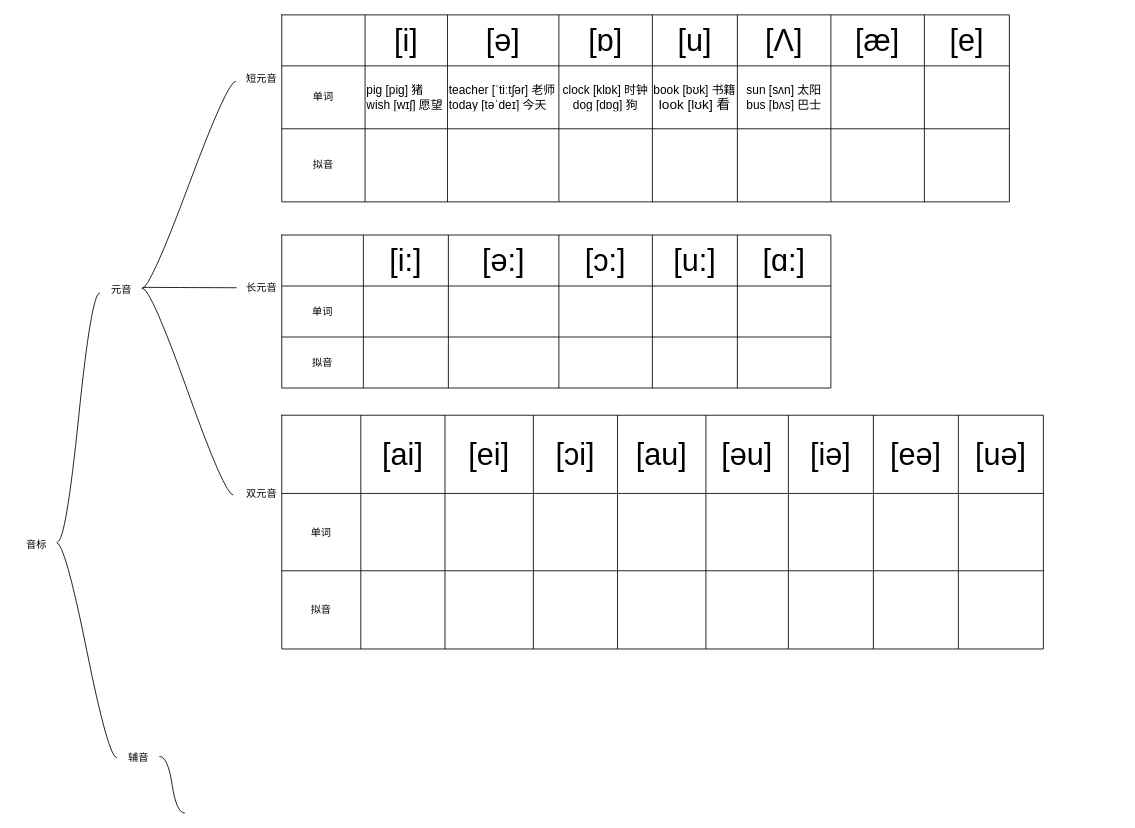
This is page "第 2 页" (2 of 2) of 未命名表单.drawio from gituserc123/HelloWorld, a draw.io file, before an edit. Source tidied: cells renumbered, new cells numbered last; positions are measured from the earlier drawing's top-left corner, leaving out a move shared by most shapes. Both pictures are drawn from the tidied source at 85%, with x=0, y=0 at pixel (14, 14).
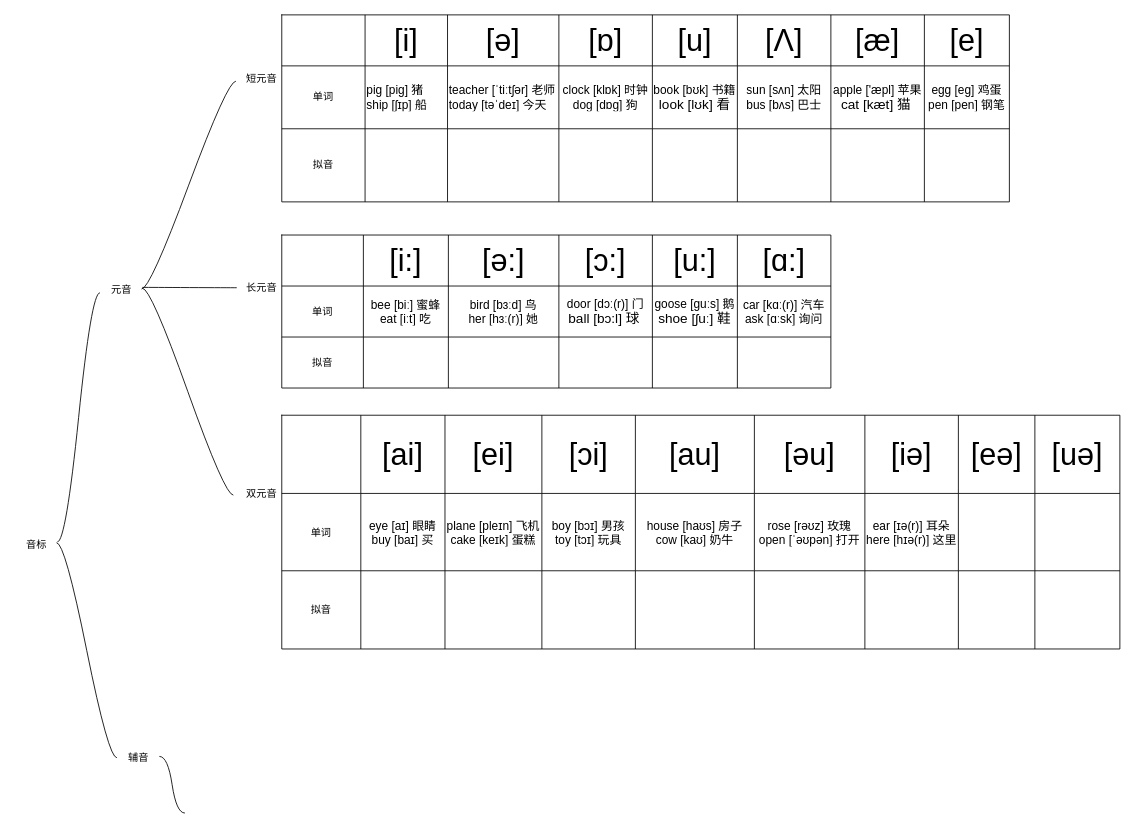
Above is the later version.

Commit message (it also covers changes not shown here):
更新未命名表单.drawio

The change refers to these unchanged cells:
```xml
<mxCell id="15" style="shape=tableRow;horizontal=0;startSize=0;swimlaneHead=0;swimlaneBody=0;strokeColor=inherit;top=0;left=0;bottom=0;right=0;fillColor=none;" parent="14" vertex="1">
  <mxGeometry width="856" height="60" as="geometry" />
</mxCell>
<mxCell id="24" style="shape=tableRow;horizontal=0;startSize=0;swimlaneHead=0;swimlaneBody=0;strokeColor=inherit;top=0;left=0;bottom=0;right=0;fillColor=none;" parent="14" vertex="1">
  <mxGeometry y="60" width="856" height="74" as="geometry" />
</mxCell>
<mxCell id="50" style="shape=tableRow;horizontal=0;startSize=0;swimlaneHead=0;swimlaneBody=0;strokeColor=inherit;top=0;left=0;bottom=0;right=0;fillColor=none;" parent="42" vertex="1">
  <mxGeometry y="60" width="646" height="60" as="geometry" />
</mxCell>
```

The edit, as a diff of the source:
```diff
@@
-    <mxCell id="17" value="&lt;font style=&quot;font-size: 36px;&quot;&gt;[i]&lt;/font&gt;" style="shape=partialRectangle;html=1;whiteSpace=wrap;strokeColor=inherit;overflow=hidden;fillColor=none;top=0;left=0;bottom=0;right=0;" parent="15" vertex="1">
+    <mxCell id="17" value="&lt;font style=&quot;font-size: 36px;&quot;&gt;[i]&lt;/font&gt;" style="shape=partialRectangle;html=1;whiteSpace=wrap;strokeColor=#FF9999;overflow=hidden;fillColor=none;top=0;left=0;bottom=0;right=0;" parent="15" vertex="1">
       <mxGeometry x="98" width="97" height="60" as="geometry" />
     </mxCell>
@@
-    <mxCell id="26" value="&lt;font style=&quot;font-size: 14px;&quot;&gt;pig [piɡ] 猪&lt;br&gt;wish [wɪʃ] 愿望&lt;/font&gt;" style="shape=partialRectangle;html=1;whiteSpace=wrap;strokeColor=inherit;overflow=hidden;fillColor=none;top=0;left=0;bottom=0;right=0;align=left;" parent="24" vertex="1">
+    <mxCell id="26" value="&lt;font style=&quot;font-size: 14px;&quot;&gt;pig [piɡ] 猪&lt;br&gt;ship [ʃɪp] 船&lt;/font&gt;" style="shape=partialRectangle;html=1;whiteSpace=wrap;strokeColor=inherit;overflow=hidden;fillColor=none;top=0;left=0;bottom=0;right=0;align=left;" parent="24" vertex="1">
       <mxGeometry x="98" width="97" height="74" as="geometry" />
     </mxCell>
@@
-    <mxCell id="31" style="shape=partialRectangle;html=1;whiteSpace=wrap;strokeColor=inherit;overflow=hidden;fillColor=none;top=0;left=0;bottom=0;right=0;" parent="24" vertex="1">
+    <mxCell id="31" value="&lt;div&gt;&lt;font style=&quot;font-size: 14px;&quot;&gt;apple ['æpl] 苹果&lt;/font&gt;&lt;/div&gt;&lt;div&gt;&lt;font size=&quot;3&quot;&gt;cat [kæt] 猫&lt;/font&gt;&amp;nbsp;&lt;/div&gt;" style="shape=partialRectangle;html=1;whiteSpace=wrap;strokeColor=inherit;overflow=hidden;fillColor=none;top=0;left=0;bottom=0;right=0;" parent="24" vertex="1">
       <mxGeometry x="646" width="110" height="74" as="geometry" />
     </mxCell>
-    <mxCell id="32" style="shape=partialRectangle;html=1;whiteSpace=wrap;strokeColor=inherit;overflow=hidden;fillColor=none;top=0;left=0;bottom=0;right=0;" parent="24" vertex="1">
+    <mxCell id="32" value="&lt;div&gt;&lt;font style=&quot;font-size: 14px;&quot;&gt;egg [eg] 鸡蛋&lt;/font&gt;&lt;/div&gt;&lt;div&gt;&lt;font style=&quot;font-size: 14px;&quot;&gt;pen [pen] 钢笔&lt;/font&gt;&lt;/div&gt;" style="shape=partialRectangle;html=1;whiteSpace=wrap;strokeColor=inherit;overflow=hidden;fillColor=none;top=0;left=0;bottom=0;right=0;" parent="24" vertex="1">
       <mxGeometry x="756" width="100" height="74" as="geometry" />
     </mxCell>
@@
-    <mxCell id="52" style="shape=partialRectangle;html=1;whiteSpace=wrap;strokeColor=inherit;overflow=hidden;fillColor=none;top=0;left=0;bottom=0;right=0;" parent="50" vertex="1">
+    <mxCell id="52" value="&lt;div&gt;&lt;font style=&quot;font-size: 14px;&quot;&gt;bee [biː] 蜜蜂&lt;/font&gt;&lt;/div&gt;&lt;div&gt;&lt;font style=&quot;font-size: 14px;&quot;&gt;eat [iːt] 吃&lt;/font&gt;&lt;/div&gt;" style="shape=partialRectangle;html=1;whiteSpace=wrap;strokeColor=inherit;overflow=hidden;fillColor=none;top=0;left=0;bottom=0;right=0;" parent="50" vertex="1">
       <mxGeometry x="96" width="100" height="60" as="geometry" />
     </mxCell>
-    <mxCell id="53" style="shape=partialRectangle;html=1;whiteSpace=wrap;strokeColor=inherit;overflow=hidden;fillColor=none;top=0;left=0;bottom=0;right=0;" parent="50" vertex="1">
+    <mxCell id="53" value="&lt;div&gt;&lt;font style=&quot;font-size: 14px;&quot;&gt;bird [bɜːd] 鸟&lt;/font&gt;&lt;/div&gt;&lt;div&gt;&lt;font style=&quot;font-size: 14px;&quot;&gt;her [hɜː(r)] 她&lt;/font&gt;&lt;/div&gt;" style="shape=partialRectangle;html=1;whiteSpace=wrap;strokeColor=inherit;overflow=hidden;fillColor=none;top=0;left=0;bottom=0;right=0;" parent="50" vertex="1">
       <mxGeometry x="196" width="130" height="60" as="geometry" />
     </mxCell>
-    <mxCell id="54" style="shape=partialRectangle;html=1;whiteSpace=wrap;strokeColor=inherit;overflow=hidden;fillColor=none;top=0;left=0;bottom=0;right=0;" parent="50" vertex="1">
+    <mxCell id="54" value="&lt;div&gt;&lt;font style=&quot;font-size: 14px;&quot;&gt;door [dɔː(r)] 门&lt;/font&gt;&lt;/div&gt;&lt;div&gt;&lt;font size=&quot;3&quot;&gt;ball [bɔ:l] 球&lt;/font&gt;&amp;nbsp;&lt;/div&gt;" style="shape=partialRectangle;html=1;whiteSpace=wrap;strokeColor=inherit;overflow=hidden;fillColor=none;top=0;left=0;bottom=0;right=0;" parent="50" vertex="1">
       <mxGeometry x="326" width="110" height="60" as="geometry" />
     </mxCell>
-    <mxCell id="55" style="shape=partialRectangle;html=1;whiteSpace=wrap;strokeColor=inherit;overflow=hidden;fillColor=none;top=0;left=0;bottom=0;right=0;" parent="50" vertex="1">
+    <mxCell id="55" value="&lt;div&gt;&lt;font style=&quot;font-size: 14px;&quot;&gt;goose [ɡuːs] 鹅&lt;/font&gt;&lt;/div&gt;&lt;div&gt;&lt;font size=&quot;3&quot;&gt;shoe [ʃuː] 鞋&lt;/font&gt;&lt;/div&gt;" style="shape=partialRectangle;html=1;whiteSpace=wrap;strokeColor=inherit;overflow=hidden;fillColor=none;top=0;left=0;bottom=0;right=0;" parent="50" vertex="1">
       <mxGeometry x="436" width="100" height="60" as="geometry" />
     </mxCell>
-    <mxCell id="56" style="shape=partialRectangle;html=1;whiteSpace=wrap;strokeColor=inherit;overflow=hidden;fillColor=none;top=0;left=0;bottom=0;right=0;" parent="50" vertex="1">
+    <mxCell id="56" value="&lt;div&gt;&lt;font style=&quot;font-size: 14px;&quot;&gt;car [kɑː(r)] 汽车&lt;/font&gt;&lt;/div&gt;&lt;div&gt;&lt;font style=&quot;font-size: 14px;&quot;&gt;ask [ɑːsk] 询问&lt;/font&gt;&lt;/div&gt;" style="shape=partialRectangle;html=1;whiteSpace=wrap;strokeColor=inherit;overflow=hidden;fillColor=none;top=0;left=0;bottom=0;right=0;" parent="50" vertex="1">
       <mxGeometry x="536" width="110" height="60" as="geometry" />
     </mxCell>
@@
     <mxCell id="64" style="shape=table;startSize=0;childLayout=tableLayout;" parent="1" vertex="1">
-      <mxGeometry x="314" y="471" width="896" height="275" as="geometry" />
+      <mxGeometry x="314" y="471" width="986" height="275" as="geometry" />
     </mxCell>
     <mxCell id="65" style="shape=tableRow;horizontal=0;startSize=0;swimlaneHead=0;swimlaneBody=0;strokeColor=inherit;top=0;left=0;bottom=0;right=0;fillColor=none;" parent="64" vertex="1">
-      <mxGeometry width="896" height="92" as="geometry" />
+      <mxGeometry width="986" height="92" as="geometry" />
     </mxCell>
@@
     <mxCell id="68" value="&lt;font style=&quot;font-size: 36px;&quot;&gt;[ei]&lt;/font&gt;" style="shape=partialRectangle;html=1;whiteSpace=wrap;strokeColor=inherit;overflow=hidden;fillColor=none;top=0;left=0;bottom=0;right=0;" parent="65" vertex="1">
-      <mxGeometry x="192" width="104" height="92" as="geometry" />
+      <mxGeometry x="192" width="114" height="92" as="geometry" />
     </mxCell>
     <mxCell id="69" value="&lt;font style=&quot;font-size: 36px;&quot;&gt;[ɔi]&lt;/font&gt;" style="shape=partialRectangle;html=1;whiteSpace=wrap;strokeColor=inherit;overflow=hidden;fillColor=none;top=0;left=0;bottom=0;right=0;" parent="65" vertex="1">
-      <mxGeometry x="296" width="99" height="92" as="geometry" />
+      <mxGeometry x="306" width="110" height="92" as="geometry" />
     </mxCell>
     <mxCell id="70" value="&lt;font style=&quot;font-size: 36px;&quot;&gt;[au]&lt;/font&gt;" style="shape=partialRectangle;html=1;whiteSpace=wrap;strokeColor=inherit;overflow=hidden;fillColor=none;top=0;left=0;bottom=0;right=0;" parent="65" vertex="1">
-      <mxGeometry x="395" width="104" height="92" as="geometry" />
+      <mxGeometry x="416" width="140" height="92" as="geometry" />
     </mxCell>
     <mxCell id="71" value="&lt;font style=&quot;font-size: 36px;&quot;&gt;[əu]&lt;/font&gt;" style="shape=partialRectangle;html=1;whiteSpace=wrap;strokeColor=inherit;overflow=hidden;fillColor=none;top=0;left=0;bottom=0;right=0;" parent="65" vertex="1">
-      <mxGeometry x="499" width="97" height="92" as="geometry" />
+      <mxGeometry x="556" width="130" height="92" as="geometry" />
     </mxCell>
     <mxCell id="72" value="&lt;font style=&quot;font-size: 36px;&quot;&gt;[iə]&lt;/font&gt;" style="shape=partialRectangle;html=1;whiteSpace=wrap;strokeColor=inherit;overflow=hidden;fillColor=none;top=0;left=0;bottom=0;right=0;" parent="65" vertex="1">
-      <mxGeometry x="596" width="100" height="92" as="geometry" />
+      <mxGeometry x="686" width="110" height="92" as="geometry" />
     </mxCell>
     <mxCell id="73" value="&lt;font style=&quot;font-size: 36px;&quot;&gt;[eə]&lt;/font&gt;" style="shape=partialRectangle;html=1;whiteSpace=wrap;strokeColor=inherit;overflow=hidden;fillColor=none;top=0;left=0;bottom=0;right=0;" parent="65" vertex="1">
-      <mxGeometry x="696" width="100" height="92" as="geometry" />
+      <mxGeometry x="796" width="90" height="92" as="geometry" />
     </mxCell>
     <mxCell id="74" value="&lt;font style=&quot;font-size: 36px;&quot;&gt;[uə]&lt;/font&gt;" style="shape=partialRectangle;html=1;whiteSpace=wrap;strokeColor=inherit;overflow=hidden;fillColor=none;top=0;left=0;bottom=0;right=0;" parent="65" vertex="1">
-      <mxGeometry x="796" width="100" height="92" as="geometry" />
+      <mxGeometry x="886" width="100" height="92" as="geometry" />
     </mxCell>
     <mxCell id="75" style="shape=tableRow;horizontal=0;startSize=0;swimlaneHead=0;swimlaneBody=0;strokeColor=inherit;top=0;left=0;bottom=0;right=0;fillColor=none;" parent="64" vertex="1">
-      <mxGeometry y="92" width="896" height="91" as="geometry" />
+      <mxGeometry y="92" width="986" height="91" as="geometry" />
     </mxCell>
@@
-    <mxCell id="77" style="shape=partialRectangle;html=1;whiteSpace=wrap;strokeColor=inherit;overflow=hidden;fillColor=none;top=0;left=0;bottom=0;right=0;" parent="75" vertex="1">
+    <mxCell id="77" value="&lt;div&gt;&lt;font style=&quot;font-size: 14px;&quot;&gt;eye [aɪ] 眼睛&lt;/font&gt;&lt;/div&gt;&lt;div&gt;&lt;font style=&quot;font-size: 14px;&quot;&gt;buy [baɪ] 买&lt;/font&gt;&lt;/div&gt;" style="shape=partialRectangle;html=1;whiteSpace=wrap;strokeColor=inherit;overflow=hidden;fillColor=none;top=0;left=0;bottom=0;right=0;" parent="75" vertex="1">
       <mxGeometry x="93" width="99" height="91" as="geometry" />
     </mxCell>
-    <mxCell id="78" style="shape=partialRectangle;html=1;whiteSpace=wrap;strokeColor=inherit;overflow=hidden;fillColor=none;top=0;left=0;bottom=0;right=0;" parent="75" vertex="1">
-      <mxGeometry x="192" width="104" height="91" as="geometry" />
+    <mxCell id="78" value="&lt;div&gt;&lt;font style=&quot;font-size: 14px;&quot;&gt;plane [pleɪn] 飞机&lt;/font&gt;&lt;/div&gt;&lt;div&gt;&lt;font style=&quot;font-size: 14px;&quot;&gt;cake [keɪk] 蛋糕&lt;/font&gt;&lt;/div&gt;" style="shape=partialRectangle;html=1;whiteSpace=wrap;strokeColor=inherit;overflow=hidden;fillColor=none;top=0;left=0;bottom=0;right=0;" parent="75" vertex="1">
+      <mxGeometry x="192" width="114" height="91" as="geometry" />
     </mxCell>
-    <mxCell id="79" style="shape=partialRectangle;html=1;whiteSpace=wrap;strokeColor=inherit;overflow=hidden;fillColor=none;top=0;left=0;bottom=0;right=0;" parent="75" vertex="1">
-      <mxGeometry x="296" width="99" height="91" as="geometry" />
+    <mxCell id="79" value="&lt;div&gt;&lt;font style=&quot;font-size: 14px;&quot;&gt;boy [bɔɪ] 男孩&lt;/font&gt;&lt;/div&gt;&lt;div&gt;&lt;font style=&quot;font-size: 14px;&quot;&gt;toy [tɔɪ] 玩具&lt;/font&gt;&lt;/div&gt;" style="shape=partialRectangle;html=1;whiteSpace=wrap;strokeColor=inherit;overflow=hidden;fillColor=none;top=0;left=0;bottom=0;right=0;" parent="75" vertex="1">
+      <mxGeometry x="306" width="110" height="91" as="geometry" />
     </mxCell>
-    <mxCell id="80" style="shape=partialRectangle;html=1;whiteSpace=wrap;strokeColor=inherit;overflow=hidden;fillColor=none;top=0;left=0;bottom=0;right=0;" parent="75" vertex="1">
-      <mxGeometry x="395" width="104" height="91" as="geometry" />
+    <mxCell id="80" value="&lt;div&gt;&lt;font style=&quot;font-size: 14px;&quot;&gt;house [haʊs] 房子&lt;/font&gt;&lt;/div&gt;&lt;div&gt;&lt;font style=&quot;font-size: 14px;&quot;&gt;cow [kaʊ] 奶牛&lt;/font&gt;&lt;/div&gt;" style="shape=partialRectangle;html=1;whiteSpace=wrap;strokeColor=inherit;overflow=hidden;fillColor=none;top=0;left=0;bottom=0;right=0;" parent="75" vertex="1">
+      <mxGeometry x="416" width="140" height="91" as="geometry" />
     </mxCell>
-    <mxCell id="81" style="shape=partialRectangle;html=1;whiteSpace=wrap;strokeColor=inherit;overflow=hidden;fillColor=none;top=0;left=0;bottom=0;right=0;" parent="75" vertex="1">
-      <mxGeometry x="499" width="97" height="91" as="geometry" />
+    <mxCell id="81" value="&lt;div&gt;&lt;font style=&quot;font-size: 14px;&quot;&gt;rose [rəʊz] 玫瑰&lt;/font&gt;&lt;/div&gt;&lt;div&gt;&lt;font style=&quot;font-size: 14px;&quot;&gt;open [ˈəʊpən] 打开&lt;/font&gt;&lt;/div&gt;" style="shape=partialRectangle;html=1;whiteSpace=wrap;strokeColor=inherit;overflow=hidden;fillColor=none;top=0;left=0;bottom=0;right=0;" parent="75" vertex="1">
+      <mxGeometry x="556" width="130" height="91" as="geometry" />
     </mxCell>
-    <mxCell id="82" style="shape=partialRectangle;html=1;whiteSpace=wrap;strokeColor=inherit;overflow=hidden;fillColor=none;top=0;left=0;bottom=0;right=0;" parent="75" vertex="1">
-      <mxGeometry x="596" width="100" height="91" as="geometry" />
+    <mxCell id="82" value="&lt;div&gt;&lt;font style=&quot;font-size: 14px;&quot;&gt;ear [ɪə(r)] 耳朵&lt;/font&gt;&lt;/div&gt;&lt;div&gt;&lt;font style=&quot;font-size: 14px;&quot;&gt;here [hɪə(r)] 这里&lt;/font&gt;&lt;/div&gt;" style="shape=partialRectangle;html=1;whiteSpace=wrap;strokeColor=inherit;overflow=hidden;fillColor=none;top=0;left=0;bottom=0;right=0;" parent="75" vertex="1">
+      <mxGeometry x="686" width="110" height="91" as="geometry" />
     </mxCell>
     <mxCell id="83" style="shape=partialRectangle;html=1;whiteSpace=wrap;strokeColor=inherit;overflow=hidden;fillColor=none;top=0;left=0;bottom=0;right=0;" parent="75" vertex="1">
-      <mxGeometry x="696" width="100" height="91" as="geometry" />
+      <mxGeometry x="796" width="90" height="91" as="geometry" />
     </mxCell>
     <mxCell id="84" style="shape=partialRectangle;html=1;whiteSpace=wrap;strokeColor=inherit;overflow=hidden;fillColor=none;top=0;left=0;bottom=0;right=0;" parent="75" vertex="1">
-      <mxGeometry x="796" width="100" height="91" as="geometry" />
+      <mxGeometry x="886" width="100" height="91" as="geometry" />
     </mxCell>
     <mxCell id="85" style="shape=tableRow;horizontal=0;startSize=0;swimlaneHead=0;swimlaneBody=0;strokeColor=inherit;top=0;left=0;bottom=0;right=0;fillColor=none;" parent="64" vertex="1">
-      <mxGeometry y="183" width="896" height="92" as="geometry" />
+      <mxGeometry y="183" width="986" height="92" as="geometry" />
     </mxCell>
@@
     <mxCell id="88" style="shape=partialRectangle;html=1;whiteSpace=wrap;strokeColor=inherit;overflow=hidden;fillColor=none;top=0;left=0;bottom=0;right=0;" parent="85" vertex="1">
-      <mxGeometry x="192" width="104" height="92" as="geometry" />
+      <mxGeometry x="192" width="114" height="92" as="geometry" />
     </mxCell>
     <mxCell id="89" style="shape=partialRectangle;html=1;whiteSpace=wrap;strokeColor=inherit;overflow=hidden;fillColor=none;top=0;left=0;bottom=0;right=0;" parent="85" vertex="1">
-      <mxGeometry x="296" width="99" height="92" as="geometry" />
+      <mxGeometry x="306" width="110" height="92" as="geometry" />
     </mxCell>
     <mxCell id="90" style="shape=partialRectangle;html=1;whiteSpace=wrap;strokeColor=inherit;overflow=hidden;fillColor=none;top=0;left=0;bottom=0;right=0;" parent="85" vertex="1">
-      <mxGeometry x="395" width="104" height="92" as="geometry" />
+      <mxGeometry x="416" width="140" height="92" as="geometry" />
     </mxCell>
     <mxCell id="91" style="shape=partialRectangle;html=1;whiteSpace=wrap;strokeColor=inherit;overflow=hidden;fillColor=none;top=0;left=0;bottom=0;right=0;" parent="85" vertex="1">
-      <mxGeometry x="499" width="97" height="92" as="geometry" />
+      <mxGeometry x="556" width="130" height="92" as="geometry" />
     </mxCell>
     <mxCell id="92" style="shape=partialRectangle;html=1;whiteSpace=wrap;strokeColor=inherit;overflow=hidden;fillColor=none;top=0;left=0;bottom=0;right=0;" parent="85" vertex="1">
-      <mxGeometry x="596" width="100" height="92" as="geometry" />
+      <mxGeometry x="686" width="110" height="92" as="geometry" />
     </mxCell>
     <mxCell id="93" style="shape=partialRectangle;html=1;whiteSpace=wrap;strokeColor=inherit;overflow=hidden;fillColor=none;top=0;left=0;bottom=0;right=0;" parent="85" vertex="1">
-      <mxGeometry x="696" width="100" height="92" as="geometry" />
+      <mxGeometry x="796" width="90" height="92" as="geometry" />
     </mxCell>
     <mxCell id="94" style="shape=partialRectangle;html=1;whiteSpace=wrap;strokeColor=inherit;overflow=hidden;fillColor=none;top=0;left=0;bottom=0;right=0;" parent="85" vertex="1">
-      <mxGeometry x="796" width="100" height="92" as="geometry" />
+      <mxGeometry x="886" width="100" height="92" as="geometry" />
     </mxCell>
```
